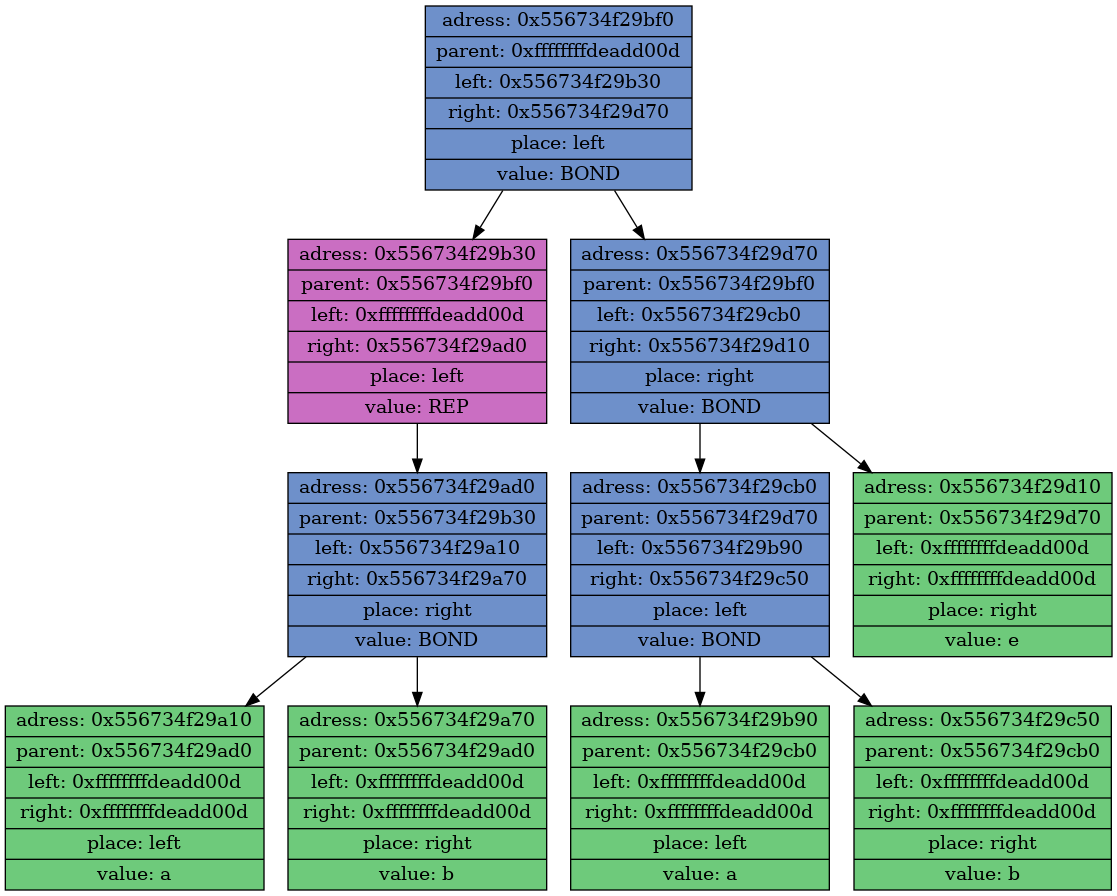
Earlier version of the Graphviz export build/dump.png (Danti0ch/veclan). Its source is kept beside it as build/dump.dot. Source of this version:
```dot
digraph Tree{
1[style = "filled", fillcolor = "#12d559", shape = "record", label = "{1}"];
3[style = "filled", fillcolor = "#d53412", shape = "record", label = "{3}"];
2[style = "filled", fillcolor = "#d5d212", shape = "record", label = "{2}"];
1->2[ label =" a"];
2->3[ label =" b"];
3->2[ label =" a"];
}
```
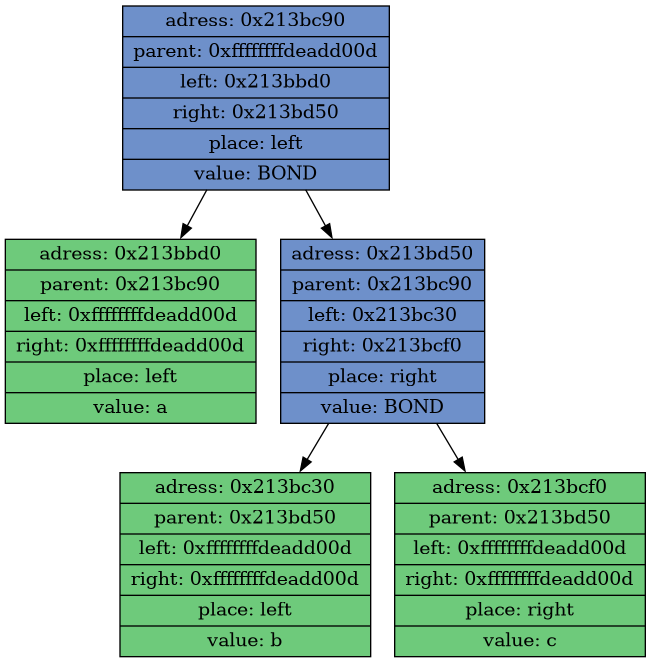
After the change.

What changed in the source:
```diff
@@ -1,8 +1,187 @@
 digraph Tree{
 1[style = "filled", fillcolor = "#12d559", shape = "record", label = "{1}"];
-3[style = "filled", fillcolor = "#d53412", shape = "record", label = "{3}"];
+77[style = "filled", fillcolor = "#d53412", shape = "record", label = "{77}"];
+73[style = "filled", fillcolor = "#d53412", shape = "record", label = "{73}"];
+57[style = "filled", fillcolor = "#d53412", shape = "record", label = "{57}"];
+93[style = "filled", fillcolor = "#d53412", shape = "record", label = "{93}"];
+91[style = "filled", fillcolor = "#d53412", shape = "record", label = "{91}"];
+85[style = "filled", fillcolor = "#d53412", shape = "record", label = "{85}"];
+84[style = "filled", fillcolor = "#d53412", shape = "record", label = "{84}"];
+55[style = "filled", fillcolor = "#d53412", shape = "record", label = "{55}"];
+43[style = "filled", fillcolor = "#d53412", shape = "record", label = "{43}"];
+36[style = "filled", fillcolor = "#d53412", shape = "record", label = "{36}"];
+58[style = "filled", fillcolor = "#d53412", shape = "record", label = "{58}"];
+50[style = "filled", fillcolor = "#d53412", shape = "record", label = "{50}"];
+23[style = "filled", fillcolor = "#d53412", shape = "record", label = "{23}"];
+47[style = "filled", fillcolor = "#d53412", shape = "record", label = "{47}"];
+41[style = "filled", fillcolor = "#d53412", shape = "record", label = "{41}"];
+39[style = "filled", fillcolor = "#d53412", shape = "record", label = "{39}"];
+44[style = "filled", fillcolor = "#d53412", shape = "record", label = "{44}"];
+53[style = "filled", fillcolor = "#d53412", shape = "record", label = "{53}"];
+52[style = "filled", fillcolor = "#d53412", shape = "record", label = "{52}"];
+24[style = "filled", fillcolor = "#d53412", shape = "record", label = "{24}"];
 2[style = "filled", fillcolor = "#d5d212", shape = "record", label = "{2}"];
-1->2[ label =" a"];
-2->3[ label =" b"];
-3->2[ label =" a"];
+3[style = "filled", fillcolor = "#d5d212", shape = "record", label = "{3}"];
+4[style = "filled", fillcolor = "#d5d212", shape = "record", label = "{4}"];
+5[style = "filled", fillcolor = "#d5d212", shape = "record", label = "{5}"];
+6[style = "filled", fillcolor = "#d5d212", shape = "record", label = "{6}"];
+7[style = "filled", fillcolor = "#d5d212", shape = "record", label = "{7}"];
+8[style = "filled", fillcolor = "#d5d212", shape = "record", label = "{8}"];
+9[style = "filled", fillcolor = "#d5d212", shape = "record", label = "{9}"];
+10[style = "filled", fillcolor = "#d5d212", shape = "record", label = "{10}"];
+11[style = "filled", fillcolor = "#d5d212", shape = "record", label = "{11}"];
+12[style = "filled", fillcolor = "#d5d212", shape = "record", label = "{12}"];
+13[style = "filled", fillcolor = "#d5d212", shape = "record", label = "{13}"];
+14[style = "filled", fillcolor = "#d5d212", shape = "record", label = "{14}"];
+15[style = "filled", fillcolor = "#d5d212", shape = "record", label = "{15}"];
+16[style = "filled", fillcolor = "#d5d212", shape = "record", label = "{16}"];
+17[style = "filled", fillcolor = "#d5d212", shape = "record", label = "{17}"];
+18[style = "filled", fillcolor = "#d5d212", shape = "record", label = "{18}"];
+19[style = "filled", fillcolor = "#d5d212", shape = "record", label = "{19}"];
+20[style = "filled", fillcolor = "#d5d212", shape = "record", label = "{20}"];
+21[style = "filled", fillcolor = "#d5d212", shape = "record", label = "{21}"];
+22[style = "filled", fillcolor = "#d5d212", shape = "record", label = "{22}"];
+25[style = "filled", fillcolor = "#d5d212", shape = "record", label = "{25}"];
+26[style = "filled", fillcolor = "#d5d212", shape = "record", label = "{26}"];
+27[style = "filled", fillcolor = "#d5d212", shape = "record", label = "{27}"];
+28[style = "filled", fillcolor = "#d5d212", shape = "record", label = "{28}"];
+29[style = "filled", fillcolor = "#d5d212", shape = "record", label = "{29}"];
+30[style = "filled", fillcolor = "#d5d212", shape = "record", label = "{30}"];
+31[style = "filled", fillcolor = "#d5d212", shape = "record", label = "{31}"];
+32[style = "filled", fillcolor = "#d5d212", shape = "record", label = "{32}"];
+33[style = "filled", fillcolor = "#d5d212", shape = "record", label = "{33}"];
+34[style = "filled", fillcolor = "#d5d212", shape = "record", label = "{34}"];
+35[style = "filled", fillcolor = "#d5d212", shape = "record", label = "{35}"];
+37[style = "filled", fillcolor = "#d5d212", shape = "record", label = "{37}"];
+38[style = "filled", fillcolor = "#d5d212", shape = "record", label = "{38}"];
+40[style = "filled", fillcolor = "#d5d212", shape = "record", label = "{40}"];
+42[style = "filled", fillcolor = "#d5d212", shape = "record", label = "{42}"];
+45[style = "filled", fillcolor = "#d5d212", shape = "record", label = "{45}"];
+46[style = "filled", fillcolor = "#d5d212", shape = "record", label = "{46}"];
+48[style = "filled", fillcolor = "#d5d212", shape = "record", label = "{48}"];
+49[style = "filled", fillcolor = "#d5d212", shape = "record", label = "{49}"];
+51[style = "filled", fillcolor = "#d5d212", shape = "record", label = "{51}"];
+54[style = "filled", fillcolor = "#d5d212", shape = "record", label = "{54}"];
+56[style = "filled", fillcolor = "#d5d212", shape = "record", label = "{56}"];
+59[style = "filled", fillcolor = "#d5d212", shape = "record", label = "{59}"];
+60[style = "filled", fillcolor = "#d5d212", shape = "record", label = "{60}"];
+61[style = "filled", fillcolor = "#d5d212", shape = "record", label = "{61}"];
+62[style = "filled", fillcolor = "#d5d212", shape = "record", label = "{62}"];
+63[style = "filled", fillcolor = "#d5d212", shape = "record", label = "{63}"];
+64[style = "filled", fillcolor = "#d5d212", shape = "record", label = "{64}"];
+65[style = "filled", fillcolor = "#d5d212", shape = "record", label = "{65}"];
+66[style = "filled", fillcolor = "#d5d212", shape = "record", label = "{66}"];
+67[style = "filled", fillcolor = "#d5d212", shape = "record", label = "{67}"];
+68[style = "filled", fillcolor = "#d5d212", shape = "record", label = "{68}"];
+69[style = "filled", fillcolor = "#d5d212", shape = "record", label = "{69}"];
+70[style = "filled", fillcolor = "#d5d212", shape = "record", label = "{70}"];
+71[style = "filled", fillcolor = "#d5d212", shape = "record", label = "{71}"];
+72[style = "filled", fillcolor = "#d5d212", shape = "record", label = "{72}"];
+74[style = "filled", fillcolor = "#d5d212", shape = "record", label = "{74}"];
+75[style = "filled", fillcolor = "#d5d212", shape = "record", label = "{75}"];
+76[style = "filled", fillcolor = "#d5d212", shape = "record", label = "{76}"];
+78[style = "filled", fillcolor = "#d5d212", shape = "record", label = "{78}"];
+79[style = "filled", fillcolor = "#d5d212", shape = "record", label = "{79}"];
+80[style = "filled", fillcolor = "#d5d212", shape = "record", label = "{80}"];
+81[style = "filled", fillcolor = "#d5d212", shape = "record", label = "{81}"];
+82[style = "filled", fillcolor = "#d5d212", shape = "record", label = "{82}"];
+83[style = "filled", fillcolor = "#d5d212", shape = "record", label = "{83}"];
+86[style = "filled", fillcolor = "#d5d212", shape = "record", label = "{86}"];
+87[style = "filled", fillcolor = "#d5d212", shape = "record", label = "{87}"];
+88[style = "filled", fillcolor = "#d5d212", shape = "record", label = "{88}"];
+89[style = "filled", fillcolor = "#d5d212", shape = "record", label = "{89}"];
+90[style = "filled", fillcolor = "#d5d212", shape = "record", label = "{90}"];
+92[style = "filled", fillcolor = "#d5d212", shape = "record", label = "{92}"];
+1->2[ label =" n"];
+1->3[ label =" s"];
+1->4[ label =" c"];
+1->5[ label =" a"];
+1->6[ label =" v"];
+1->7[ label =" e"];
+1->8[ label =" d"];
+1->9[ label =" i"];
+1->10[ label =" r"];
+1->11[ label =" o"];
+1->12[ label =" f"];
+2->13[ label =" u"];
+3->14[ label =" p"];
+4->15[ label =" a"];
+4->16[ label =" o"];
+5->17[ label =" u"];
+5->18[ label =" s"];
+6->19[ label =" e"];
+7->20[ label =" l"];
+8->21[ label =" e"];
+8->22[ label =" i"];
+9->23[ label =" n"];
+9->24[ label =" f"];
+10->25[ label =" e"];
+11->26[ label =" p"];
+11->27[ label =" b"];
+12->28[ label =" o"];
+13->29[ label =" l"];
+14->30[ label =" a"];
+15->31[ label =" l"];
+16->32[ label =" n"];
+16->33[ label =" m"];
+17->34[ label =" t"];
+18->35[ label =" s"];
+19->36[ label =" c"];
+20->37[ label =" s"];
+20->38[ label =" i"];
+21->39[ label =" f"];
+22->40[ label =" s"];
+25->41[ label =" t"];
+26->42[ label =" e"];
+27->43[ label =" j"];
+28->44[ label =" r"];
+29->45[ label =" l"];
+30->46[ label =" c"];
+31->47[ label =" l"];
+32->48[ label =" s"];
+33->49[ label =" m"];
+34->50[ label =" o"];
+35->51[ label =" o"];
+37->52[ label =" e"];
+38->53[ label =" f"];
+40->54[ label =" t"];
+42->55[ label =" r"];
+45->56[ label =" _"];
+46->57[ label =" e"];
+48->58[ label =" t"];
+49->59[ label =" u"];
+51->60[ label =" c"];
+54->61[ label =" r"];
+56->62[ label =" s"];
+56->63[ label =" v"];
+59->64[ label =" t"];
+60->65[ label =" i"];
+61->66[ label =" i"];
+62->67[ label =" c"];
+63->68[ label =" e"];
+64->69[ label =" a"];
+65->70[ label =" a"];
+66->71[ label =" b"];
+67->72[ label =" a"];
+68->73[ label =" c"];
+69->74[ label =" t"];
+70->75[ label =" t"];
+71->76[ label =" u"];
+72->77[ label =" l"];
+74->78[ label =" i"];
+75->79[ label =" i"];
+76->80[ label =" t"];
+78->81[ label =" v"];
+79->82[ label =" v"];
+80->83[ label =" i"];
+81->84[ label =" e"];
+82->85[ label =" e"];
+83->86[ label =" v"];
+86->87[ label =" e"];
+87->88[ label =" _"];
+88->89[ label =" i"];
+88->90[ label =" o"];
+89->91[ label =" n"];
+90->92[ label =" u"];
+92->93[ label =" t"];
 }
```
